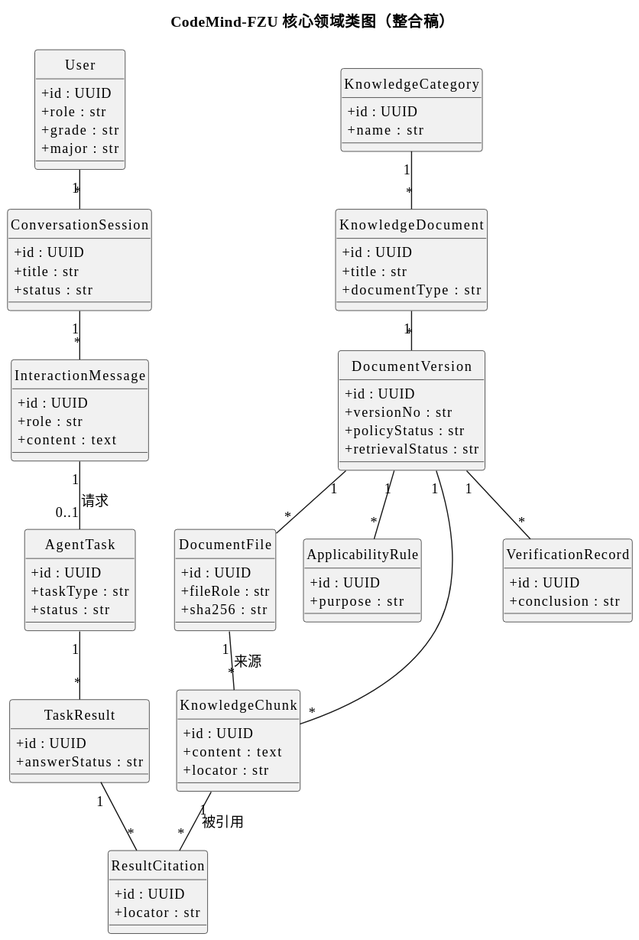
Before: docs/assignment-02/system-design/diagrams/uml/class/核心类图_整合稿_v1.svg, a diagram exported from PlantUML (yz-Yezi-Genm/CodeMind-FZU).
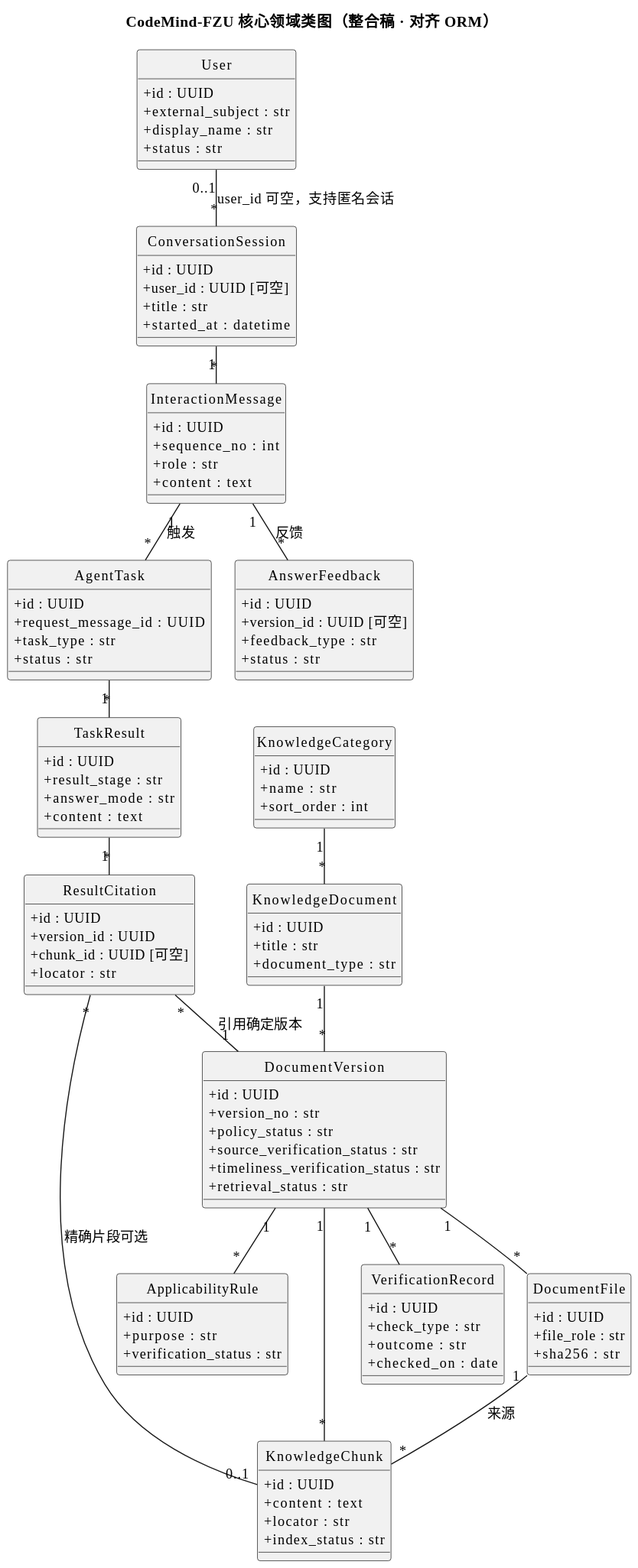
The same diagram one commit later.

What changed in the source:
```diff
@@ -2,80 +2,102 @@
 skinparam defaultFontName "Microsoft YaHei"
 skinparam defaultFontSize 13
 skinparam classAttributeIconSize 0
-skinparam nodesep 25
-skinparam ranksep 35
+skinparam nodesep 22
+skinparam ranksep 34
 hide circle
-title CodeMind-FZU 核心领域类图（整合稿）
+title CodeMind-FZU 核心领域类图（整合稿 · 对齐 ORM）
 
 class User {
   + id : UUID
-  + role : str
-  + grade : str
-  + major : str
+  + external_subject : str
+  + display_name : str
+  + status : str
 }
 class ConversationSession {
   + id : UUID
+  + user_id : UUID [可空]
   + title : str
-  + status : str
+  + started_at : datetime
 }
 class InteractionMessage {
   + id : UUID
+  + sequence_no : int
   + role : str
   + content : text
 }
 class AgentTask {
   + id : UUID
-  + taskType : str
+  + request_message_id : UUID
+  + task_type : str
   + status : str
 }
 class TaskResult {
   + id : UUID
-  + answerStatus : str
+  + result_stage : str
+  + answer_mode : str
+  + content : text
 }
 class ResultCitation {
   + id : UUID
+  + version_id : UUID
+  + chunk_id : UUID [可空]
   + locator : str
+}
+class AnswerFeedback {
+  + id : UUID
+  + version_id : UUID [可空]
+  + feedback_type : str
+  + status : str
 }
 class KnowledgeCategory {
   + id : UUID
   + name : str
+  + sort_order : int
 }
 class KnowledgeDocument {
   + id : UUID
   + title : str
-  + documentType : str
+  + document_type : str
 }
 class DocumentVersion {
   + id : UUID
-  + versionNo : str
-  + policyStatus : str
-  + retrievalStatus : str
+  + version_no : str
+  + policy_status : str
+  + source_verification_status : str
+  + timeliness_verification_status : str
+  + retrieval_status : str
 }
 class DocumentFile {
   + id : UUID
-  + fileRole : str
+  + file_role : str
   + sha256 : str
 }
 class ApplicabilityRule {
   + id : UUID
   + purpose : str
+  + verification_status : str
 }
 class KnowledgeChunk {
   + id : UUID
   + content : text
   + locator : str
+  + index_status : str
 }
 class VerificationRecord {
   + id : UUID
-  + conclusion : str
+  + check_type : str
+  + outcome : str
+  + checked_on : date
 }
 
-User "1" -- "*" ConversationSession
+User "0..1" -- "*" ConversationSession : user_id 可空，支持匿名会话
 ConversationSession "1" -- "*" InteractionMessage
-InteractionMessage "1" -- "0..1" AgentTask : 请求
+InteractionMessage "1" -- "*" AgentTask : 触发
 AgentTask "1" -- "*" TaskResult
 TaskResult "1" -- "*" ResultCitation
-KnowledgeChunk "1" -- "*" ResultCitation : 被引用
+ResultCitation "*" -- "1" DocumentVersion : 引用确定版本
+ResultCitation "*" -- "0..1" KnowledgeChunk : 精确片段可选
+InteractionMessage "1" -- "*" AnswerFeedback : 反馈
 KnowledgeCategory "1" -- "*" KnowledgeDocument
 KnowledgeDocument "1" -- "*" DocumentVersion
 DocumentVersion "1" -- "*" DocumentFile
```
